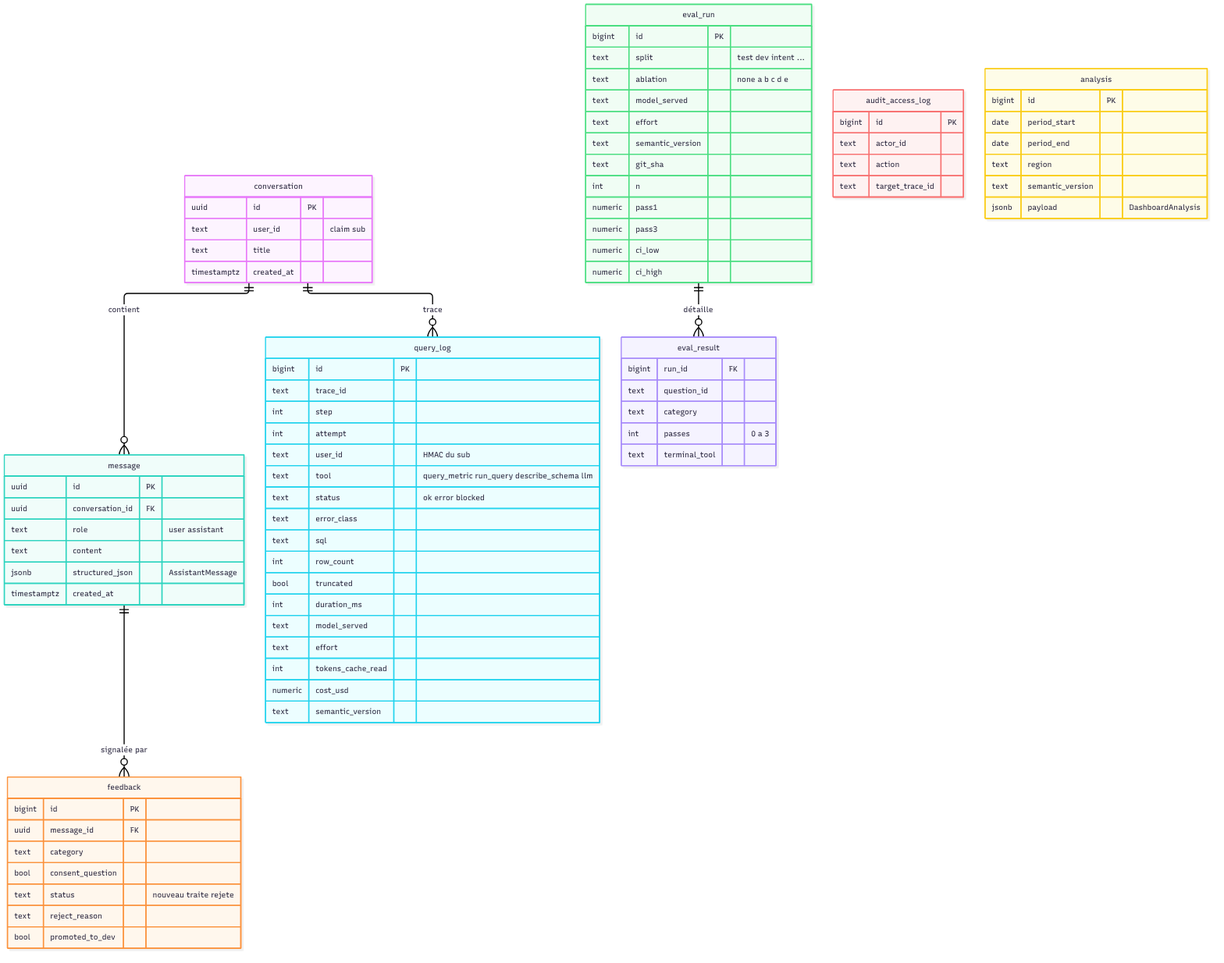
Earlier version of the Mermaid export docs/diagrams/png/04-tables-applicatives.png (justefrank/decision-agent-IA). Its source is kept beside it as docs/diagrams/04-tables-applicatives.mmd.
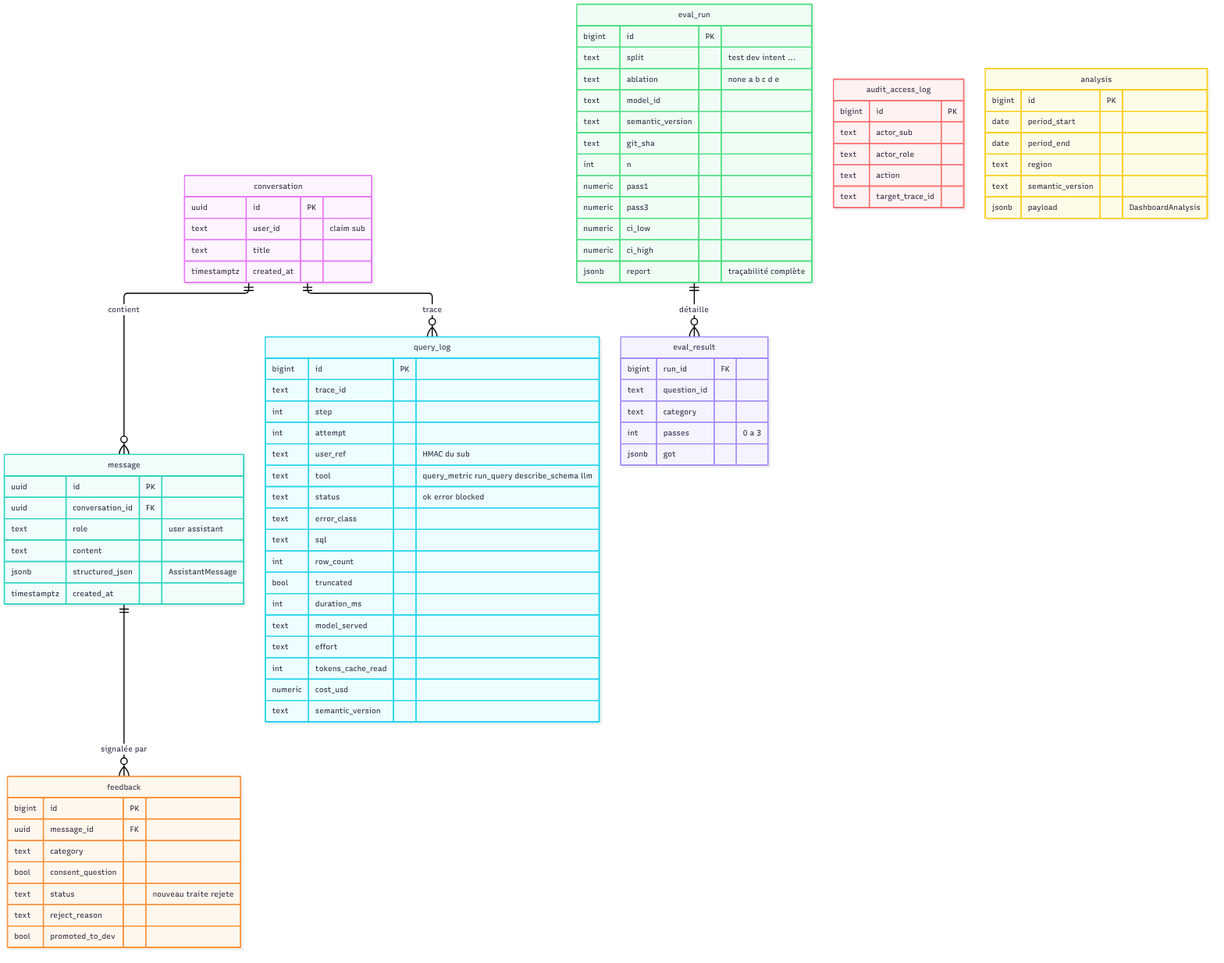
The same diagram one commit later.

What changed in the source:
```diff
@@ -22,7 +22,7 @@
     text trace_id
     int step
     int attempt
-    text user_id "HMAC du sub"
+    text user_ref "HMAC du sub"
     text tool "query_metric run_query describe_schema llm"
     text status "ok error blocked"
     text error_class
@@ -49,8 +49,7 @@
     bigint id PK
     text split "test dev intent ..."
     text ablation "none a b c d e"
-    text model_served
-    text effort
+    text model_id
     text semantic_version
     text git_sha
     int n
@@ -58,17 +57,19 @@
     numeric pass3
     numeric ci_low
     numeric ci_high
+    jsonb report "traçabilité complète"
   }
   eval_result {
     bigint run_id FK
     text question_id
     text category
     int passes "0 a 3"
-    text terminal_tool
+    jsonb got
   }
   audit_access_log {
     bigint id PK
-    text actor_id
+    text actor_sub
+    text actor_role
     text action
     text target_trace_id
   }
```
